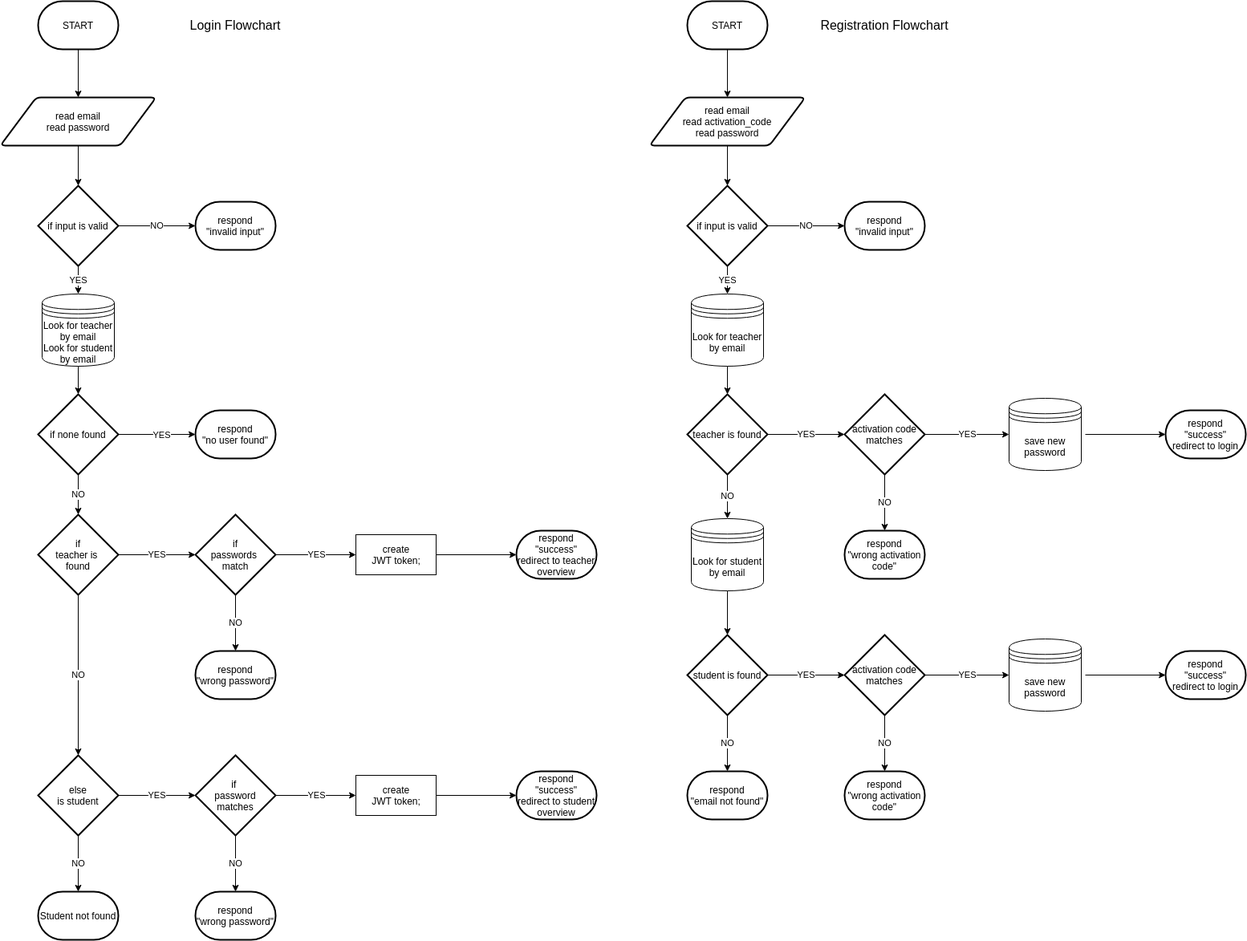
Before: docs/auth-flowchart.drawio.png, a diagram exported from draw.io (stefanosAgelastos/multi-db-web-server). Source tidied: cells renumbered, new cells last; positions are measured from the earlier drawing's top-left corner, leaving out a move shared by most shapes.
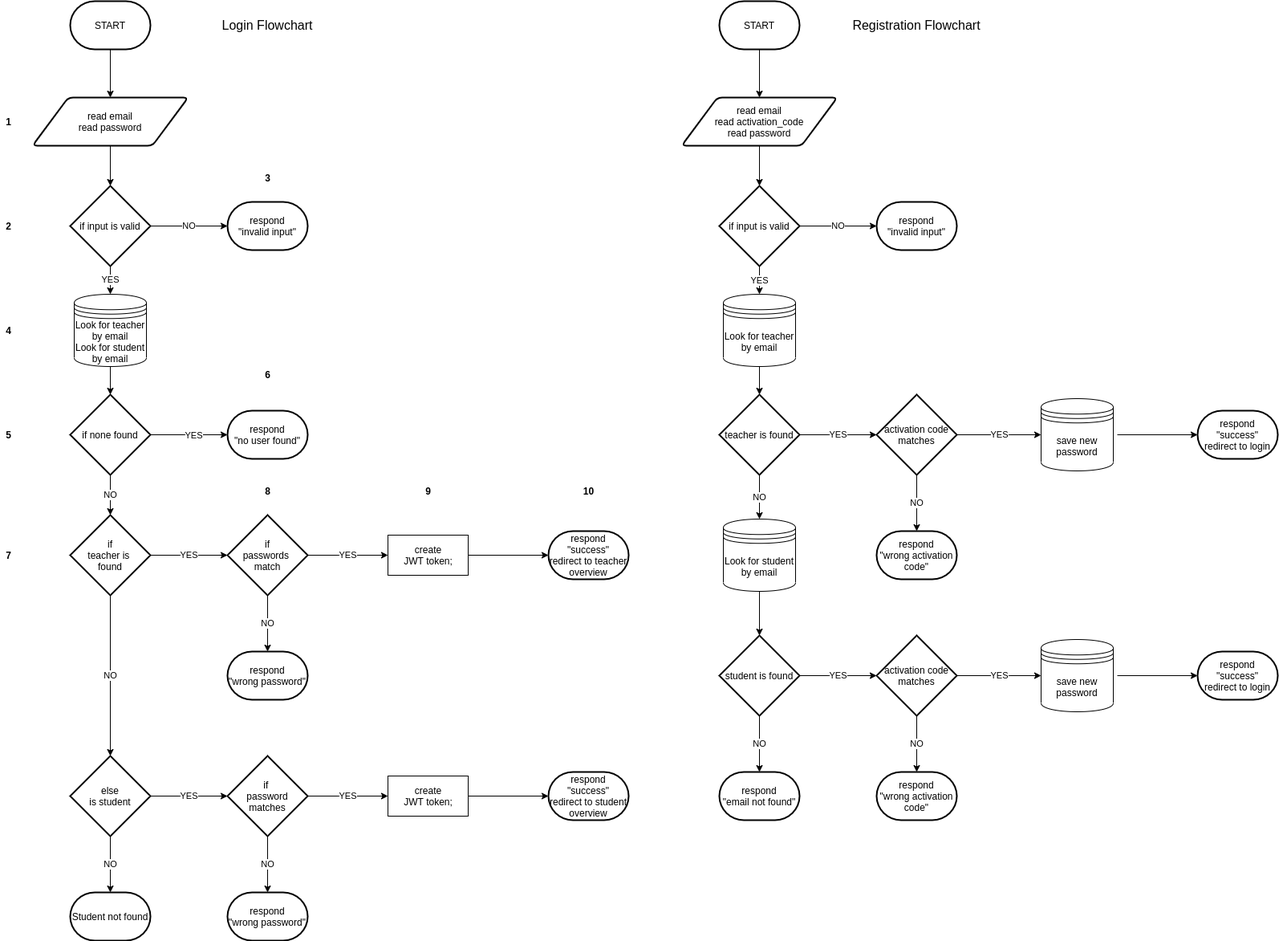
Later version of the same file.

Diff of the diagram source:
```diff
@@ -236,5 +236,35 @@
     <mxCell id="73" value="&lt;font style=&quot;font-size: 16px&quot;&gt;Registration Flowchart&lt;/font&gt;" style="text;html=1;strokeColor=none;fillColor=none;align=center;verticalAlign=middle;whiteSpace=wrap;rounded=0;strokeWidth=0;" parent="1" vertex="1">
       <mxGeometry x="1017" y="20" width="170" height="20" as="geometry" />
     </mxCell>
+    <mxCell id="74" value="&lt;b&gt;1&lt;/b&gt;" style="text;html=1;align=center;verticalAlign=middle;strokeColor=none;fillColor=none;" parent="1" vertex="1">
+      <mxGeometry x="-40" y="140" width="20" height="20" as="geometry" />
+    </mxCell>
+    <mxCell id="75" value="&lt;b&gt;2&lt;/b&gt;" style="text;html=1;align=center;verticalAlign=middle;strokeColor=none;fillColor=none;" parent="1" vertex="1">
+      <mxGeometry x="-40" y="270" width="20" height="20" as="geometry" />
+    </mxCell>
+    <mxCell id="76" value="&lt;b&gt;3&lt;/b&gt;" style="text;html=1;align=center;verticalAlign=middle;strokeColor=none;fillColor=none;" parent="1" vertex="1">
+      <mxGeometry x="283" y="210" width="20" height="20" as="geometry" />
+    </mxCell>
+    <mxCell id="77" value="&lt;b&gt;4&lt;/b&gt;" style="text;html=1;align=center;verticalAlign=middle;strokeColor=none;fillColor=none;" parent="1" vertex="1">
+      <mxGeometry x="-40" y="400" width="20" height="20" as="geometry" />
+    </mxCell>
+    <mxCell id="78" value="&lt;b&gt;5&lt;/b&gt;" style="text;html=1;align=center;verticalAlign=middle;strokeColor=none;fillColor=none;" parent="1" vertex="1">
+      <mxGeometry x="-40" y="530" width="20" height="20" as="geometry" />
+    </mxCell>
+    <mxCell id="79" value="&lt;b&gt;6&lt;/b&gt;" style="text;html=1;align=center;verticalAlign=middle;strokeColor=none;fillColor=none;" parent="1" vertex="1">
+      <mxGeometry x="283" y="455" width="20" height="20" as="geometry" />
+    </mxCell>
+    <mxCell id="80" value="&lt;b&gt;7&lt;/b&gt;" style="text;html=1;align=center;verticalAlign=middle;strokeColor=none;fillColor=none;" parent="1" vertex="1">
+      <mxGeometry x="-40" y="680" width="20" height="20" as="geometry" />
+    </mxCell>
+    <mxCell id="81" value="&lt;b&gt;8&lt;/b&gt;" style="text;html=1;align=center;verticalAlign=middle;strokeColor=none;fillColor=none;" parent="1" vertex="1">
+      <mxGeometry x="283" y="600" width="20" height="20" as="geometry" />
+    </mxCell>
+    <mxCell id="82" value="&lt;b&gt;9&lt;/b&gt;" style="text;html=1;align=center;verticalAlign=middle;strokeColor=none;fillColor=none;" parent="1" vertex="1">
+      <mxGeometry x="483" y="600" width="20" height="20" as="geometry" />
+    </mxCell>
+    <mxCell id="83" value="&lt;b&gt;10&lt;/b&gt;" style="text;html=1;align=center;verticalAlign=middle;strokeColor=none;fillColor=none;" parent="1" vertex="1">
+      <mxGeometry x="678" y="600" width="30" height="20" as="geometry" />
+    </mxCell>
   </root>
 </mxGraphModel>
```
